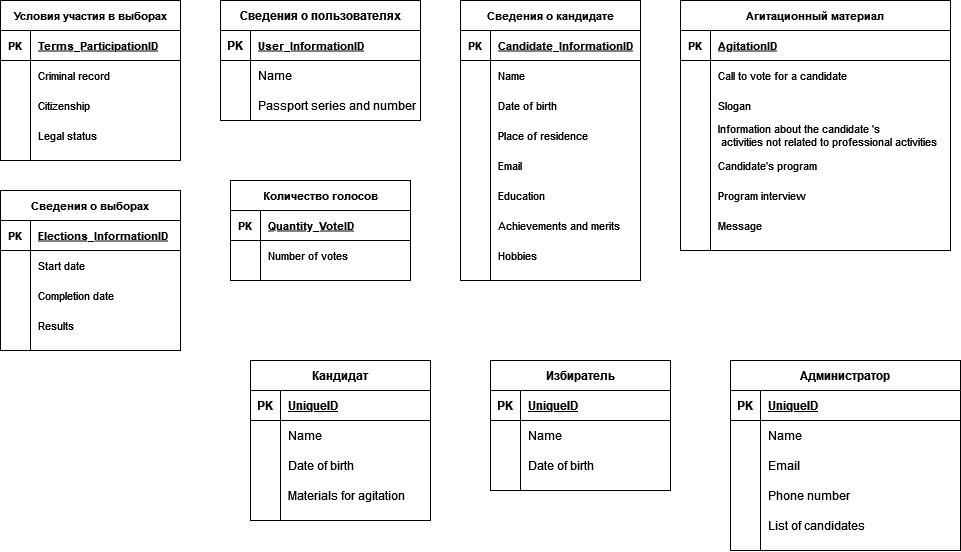
The draw.io diagram Диаграмма.drawio.png in aleksey899/Inter.MixAN, before a commit. Source tidied: cells renumbered, new cells last; positions are measured from the earlier drawing's top-left corner, leaving out a move shared by most shapes.
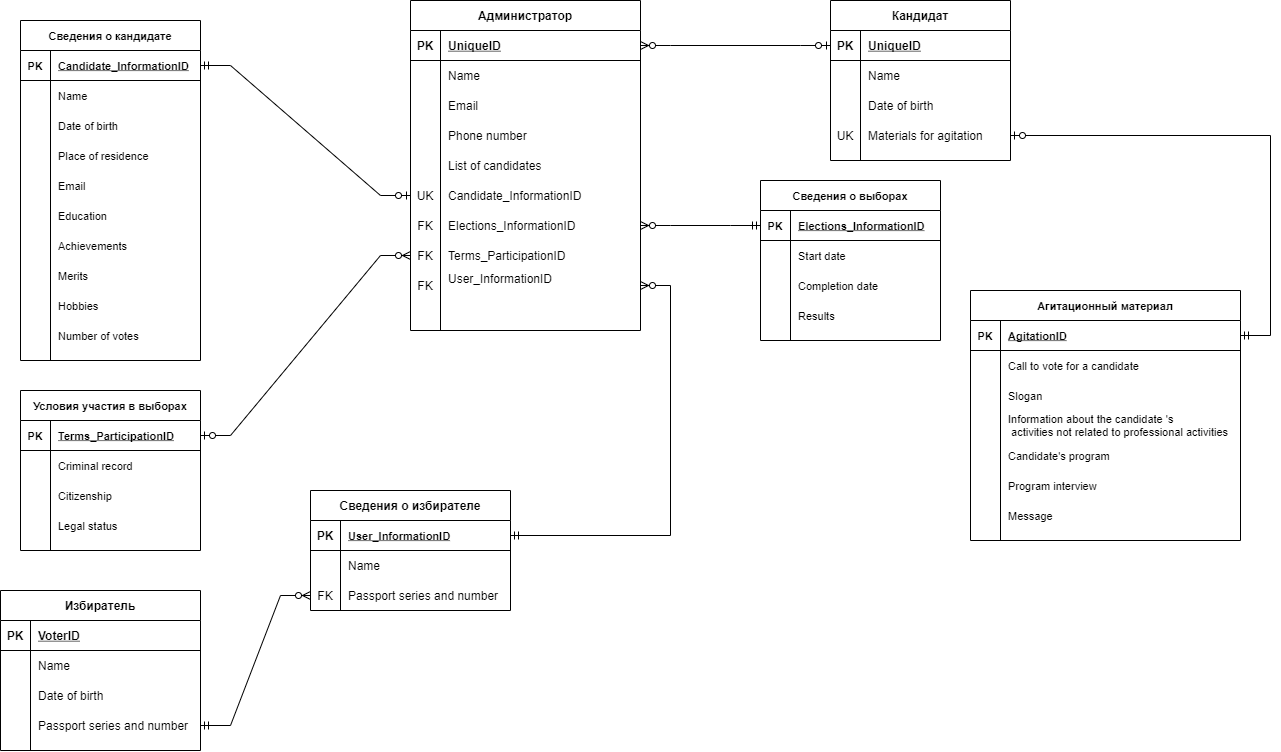
Above is the later version.

What changed in the source:
```diff
@@ -2,8 +2,8 @@
   <root>
     <mxCell id="0" />
     <mxCell id="1" parent="0" />
-    <mxCell id="2" value="Сведения о пользователях" style="shape=table;startSize=30;rowLines=0;fontStyle=1;align=center;" parent="1" vertex="1">
-      <mxGeometry x="220" width="200" height="120" as="geometry" />
+    <mxCell id="2" value="Сведения о избирателе" style="shape=table;startSize=30;rowLines=0;fontStyle=1;align=center;" parent="1" vertex="1">
+      <mxGeometry x="530" y="730" width="200" height="120" as="geometry" />
     </mxCell>
     <mxCell id="3" style="shape=partialRectangle;fillColor=none;top=0;left=0;bottom=1;right=0;points=[[0,0.5],[1,0.5]];portConstraint=eastwest;" parent="2" vertex="1">
       <mxGeometry y="30" width="200" height="30" as="geometry" />
@@ -26,14 +26,14 @@
     <mxCell id="9" style="shape=partialRectangle;fillColor=none;top=0;left=0;bottom=0;right=0;points=[[0,0.5],[1,0.5]];portConstraint=eastwest;" parent="2" vertex="1">
       <mxGeometry y="90" width="200" height="30" as="geometry" />
     </mxCell>
-    <mxCell id="10" style="shape=partialRectangle;fillColor=none;top=0;left=0;bottom=0;right=0;overflow=hidden;" parent="9" vertex="1">
+    <mxCell id="10" value="FK" style="shape=partialRectangle;fillColor=none;top=0;left=0;bottom=0;right=0;overflow=hidden;" parent="9" vertex="1">
       <mxGeometry width="30" height="30" as="geometry" />
     </mxCell>
     <mxCell id="11" value="Passport series and number" style="shape=partialRectangle;fillColor=none;top=0;left=0;bottom=0;right=0;align=left;spacingLeft=6;overflow=hidden;" parent="9" vertex="1">
       <mxGeometry x="30" width="170" height="30" as="geometry" />
     </mxCell>
     <mxCell id="12" value="Сведения о кандидате" style="shape=table;startSize=30;rowLines=0;fontStyle=1;align=center;shadow=0;sketch=0;fontSize=11;strokeWidth=1;" parent="1" vertex="1">
-      <mxGeometry x="460" width="180" height="280" as="geometry" />
+      <mxGeometry x="240" y="260" width="180" height="340" as="geometry" />
     </mxCell>
     <mxCell id="13" style="shape=partialRectangle;fillColor=none;top=0;left=0;bottom=1;right=0;points=[[0,0.5],[1,0.5]];portConstraint=eastwest;shadow=0;sketch=0;fontSize=11;strokeWidth=1;" parent="12" vertex="1">
       <mxGeometry y="30" width="180" height="30" as="geometry" />
@@ -95,11 +95,20 @@
     <mxCell id="32" style="shape=partialRectangle;fillColor=none;top=0;left=0;bottom=0;right=0;overflow=hidden;shadow=0;sketch=0;fontSize=11;strokeWidth=1;" parent="31" vertex="1">
       <mxGeometry width="30" height="30" as="geometry" />
     </mxCell>
-    <mxCell id="33" value="Achievements and merits" style="shape=partialRectangle;fillColor=none;top=0;left=0;bottom=0;right=0;align=left;spacingLeft=6;overflow=hidden;shadow=0;sketch=0;fontSize=11;strokeWidth=1;" parent="31" vertex="1">
+    <mxCell id="33" value="Achievements" style="shape=partialRectangle;fillColor=none;top=0;left=0;bottom=0;right=0;align=left;spacingLeft=6;overflow=hidden;shadow=0;sketch=0;fontSize=11;strokeWidth=1;" parent="31" vertex="1">
       <mxGeometry x="30" width="150" height="30" as="geometry" />
     </mxCell>
+    <mxCell id="131" style="shape=partialRectangle;fillColor=none;top=0;left=0;bottom=0;right=0;shadow=0;sketch=0;fontSize=11;strokeWidth=1;" parent="12" vertex="1">
+      <mxGeometry y="240" width="180" height="30" as="geometry" />
+    </mxCell>
+    <mxCell id="132" style="shape=partialRectangle;fillColor=none;top=0;left=0;bottom=0;right=0;overflow=hidden;shadow=0;sketch=0;fontSize=11;strokeWidth=1;" parent="131" vertex="1">
+      <mxGeometry width="30" height="30" as="geometry" />
+    </mxCell>
+    <mxCell id="133" value="Merits" style="shape=partialRectangle;fillColor=none;top=0;left=0;bottom=0;right=0;align=left;spacingLeft=6;overflow=hidden;shadow=0;sketch=0;fontSize=11;strokeWidth=1;" parent="131" vertex="1">
+      <mxGeometry x="30" width="150" height="30" as="geometry" />
+    </mxCell>
     <mxCell id="34" style="shape=partialRectangle;fillColor=none;top=0;left=0;bottom=0;right=0;shadow=0;sketch=0;fontSize=11;strokeWidth=1;" parent="12" vertex="1">
-      <mxGeometry y="240" width="180" height="30" as="geometry" />
+      <mxGeometry y="270" width="180" height="30" as="geometry" />
     </mxCell>
     <mxCell id="35" style="shape=partialRectangle;fillColor=none;top=0;left=0;bottom=0;right=0;overflow=hidden;shadow=0;sketch=0;fontSize=11;strokeWidth=1;" parent="34" vertex="1">
       <mxGeometry width="30" height="30" as="geometry" />
@@ -107,8 +116,17 @@
     <mxCell id="36" value="Hobbies" style="shape=partialRectangle;fillColor=none;top=0;left=0;bottom=0;right=0;align=left;spacingLeft=6;overflow=hidden;shadow=0;sketch=0;fontSize=11;strokeWidth=1;" parent="34" vertex="1">
       <mxGeometry x="30" width="150" height="30" as="geometry" />
     </mxCell>
+    <mxCell id="134" style="shape=partialRectangle;fillColor=none;top=0;left=0;bottom=0;right=0;shadow=0;sketch=0;fontSize=11;strokeWidth=1;" parent="12" vertex="1">
+      <mxGeometry y="300" width="180" height="30" as="geometry" />
+    </mxCell>
+    <mxCell id="135" style="shape=partialRectangle;fillColor=none;top=0;left=0;bottom=0;right=0;overflow=hidden;shadow=0;sketch=0;fontSize=11;strokeWidth=1;" parent="134" vertex="1">
+      <mxGeometry width="30" height="30" as="geometry" />
+    </mxCell>
+    <mxCell id="56" value="Number of votes" style="shape=partialRectangle;fillColor=none;top=0;left=0;bottom=0;right=0;align=left;spacingLeft=6;overflow=hidden;shadow=0;sketch=0;fontSize=11;strokeWidth=1;" parent="134" vertex="1">
+      <mxGeometry x="30" width="150" height="30" as="geometry" />
+    </mxCell>
     <mxCell id="37" value="Условия участия в выборах" style="shape=table;startSize=30;rowLines=0;fontStyle=1;align=center;shadow=0;sketch=0;fontSize=11;strokeWidth=1;" parent="1" vertex="1">
-      <mxGeometry width="180" height="160" as="geometry" />
+      <mxGeometry x="240" y="630" width="180" height="160" as="geometry" />
     </mxCell>
     <mxCell id="38" style="shape=partialRectangle;fillColor=none;top=0;left=0;bottom=1;right=0;points=[[0,0.5],[1,0.5]];portConstraint=eastwest;shadow=0;sketch=0;fontSize=11;strokeWidth=1;" parent="37" vertex="1">
       <mxGeometry y="30" width="180" height="30" as="geometry" />
@@ -146,29 +164,8 @@
     <mxCell id="49" value="Legal status" style="shape=partialRectangle;fillColor=none;top=0;left=0;bottom=0;right=0;align=left;spacingLeft=6;overflow=hidden;shadow=0;sketch=0;fontSize=11;strokeWidth=1;" parent="47" vertex="1">
       <mxGeometry x="30" width="150" height="30" as="geometry" />
     </mxCell>
-    <mxCell id="50" value="Количество голосов" style="shape=table;startSize=30;rowLines=0;fontStyle=1;align=center;shadow=0;sketch=0;fontSize=11;strokeWidth=1;" parent="1" vertex="1">
-      <mxGeometry x="230" y="180" width="180" height="100" as="geometry" />
-    </mxCell>
-    <mxCell id="51" style="shape=partialRectangle;fillColor=none;top=0;left=0;bottom=1;right=0;shadow=0;sketch=0;fontSize=11;strokeWidth=1;" parent="50" vertex="1">
-      <mxGeometry y="30" width="180" height="30" as="geometry" />
-    </mxCell>
-    <mxCell id="52" value="PK" style="shape=partialRectangle;fillColor=none;top=0;left=0;bottom=0;right=0;fontStyle=1;overflow=hidden;shadow=0;sketch=0;fontSize=11;strokeWidth=1;" parent="51" vertex="1">
-      <mxGeometry width="30" height="30" as="geometry" />
-    </mxCell>
-    <mxCell id="53" value="Quantity_VoteID" style="shape=partialRectangle;fillColor=none;top=0;left=0;bottom=0;right=0;align=left;spacingLeft=6;fontStyle=5;overflow=hidden;shadow=0;sketch=0;fontSize=11;strokeWidth=1;" parent="51" vertex="1">
-      <mxGeometry x="30" width="150" height="30" as="geometry" />
-    </mxCell>
-    <mxCell id="54" style="shape=partialRectangle;fillColor=none;top=0;left=0;bottom=0;right=0;shadow=0;sketch=0;fontSize=11;strokeWidth=1;" parent="50" vertex="1">
-      <mxGeometry y="60" width="180" height="30" as="geometry" />
-    </mxCell>
-    <mxCell id="55" style="shape=partialRectangle;fillColor=none;top=0;left=0;bottom=0;right=0;overflow=hidden;shadow=0;sketch=0;fontSize=11;strokeWidth=1;" parent="54" vertex="1">
-      <mxGeometry width="30" height="30" as="geometry" />
-    </mxCell>
-    <mxCell id="56" value="Number of votes" style="shape=partialRectangle;fillColor=none;top=0;left=0;bottom=0;right=0;align=left;spacingLeft=6;overflow=hidden;shadow=0;sketch=0;fontSize=11;strokeWidth=1;" parent="54" vertex="1">
-      <mxGeometry x="30" width="150" height="30" as="geometry" />
-    </mxCell>
     <mxCell id="57" value="Сведения о выборах" style="shape=table;startSize=30;rowLines=0;fontStyle=1;align=center;shadow=0;sketch=0;fontSize=11;strokeWidth=1;" parent="1" vertex="1">
-      <mxGeometry y="190" width="180" height="160" as="geometry" />
+      <mxGeometry x="980" y="420" width="180" height="160" as="geometry" />
     </mxCell>
     <mxCell id="58" style="shape=partialRectangle;fillColor=none;top=0;left=0;bottom=1;right=0;points=[[0,0.5],[1,0.5]];portConstraint=eastwest;shadow=0;sketch=0;fontSize=11;strokeWidth=1;" parent="57" vertex="1">
       <mxGeometry y="30" width="180" height="30" as="geometry" />
@@ -207,7 +204,7 @@
       <mxGeometry x="30" width="150" height="30" as="geometry" />
     </mxCell>
     <mxCell id="70" value="Агитационный материал" style="shape=table;startSize=30;rowLines=0;fontStyle=1;align=center;shadow=0;sketch=0;fontSize=11;strokeWidth=1;" parent="1" vertex="1">
-      <mxGeometry x="680" width="270" height="250" as="geometry" />
+      <mxGeometry x="1190" y="530" width="270" height="250" as="geometry" />
     </mxCell>
     <mxCell id="71" style="shape=partialRectangle;fillColor=none;top=0;left=0;bottom=1;right=0;points=[[0,0.5],[1,0.5]];portConstraint=eastwest;shadow=0;sketch=0;fontSize=11;strokeWidth=1;" parent="70" vertex="1">
       <mxGeometry y="30" width="270" height="30" as="geometry" />
@@ -273,7 +270,7 @@
       <mxGeometry x="30" width="240" height="30" as="geometry" />
     </mxCell>
     <mxCell id="92" value="Кандидат" style="shape=table;startSize=30;rowLines=0;fontStyle=1;align=center;" parent="1" vertex="1">
-      <mxGeometry x="250" y="360" width="180" height="160" as="geometry" />
+      <mxGeometry x="1050" y="240" width="180" height="160" as="geometry" />
     </mxCell>
     <mxCell id="93" style="shape=partialRectangle;fillColor=none;top=0;left=0;bottom=1;right=0;points=[[0,0.5],[1,0.5]];portConstraint=eastwest;" parent="92" vertex="1">
       <mxGeometry y="30" width="180" height="30" as="geometry" />
@@ -305,44 +302,53 @@
     <mxCell id="102" style="shape=partialRectangle;fillColor=none;top=0;left=0;bottom=0;right=0;points=[[0,0.5],[1,0.5]];portConstraint=eastwest;" parent="92" vertex="1">
       <mxGeometry y="120" width="180" height="30" as="geometry" />
     </mxCell>
-    <mxCell id="103" style="shape=partialRectangle;fillColor=none;top=0;left=0;bottom=0;right=0;overflow=hidden;" parent="102" vertex="1">
+    <mxCell id="103" value="UK" style="shape=partialRectangle;fillColor=none;top=0;left=0;bottom=0;right=0;overflow=hidden;" parent="102" vertex="1">
       <mxGeometry width="30" height="30" as="geometry" />
     </mxCell>
     <mxCell id="104" value="Materials for agitation" style="shape=partialRectangle;fillColor=none;top=0;left=0;bottom=0;right=0;align=left;spacingLeft=6;overflow=hidden;" parent="102" vertex="1">
       <mxGeometry x="30" width="150" height="30" as="geometry" />
     </mxCell>
     <mxCell id="105" value="Избиратель" style="shape=table;startSize=30;rowLines=0;fontStyle=1;align=center;" parent="1" vertex="1">
-      <mxGeometry x="490" y="360" width="180" height="130" as="geometry" />
+      <mxGeometry x="220" y="830" width="200" height="160" as="geometry" />
     </mxCell>
     <mxCell id="106" style="shape=partialRectangle;fillColor=none;top=0;left=0;bottom=1;right=0;" parent="105" vertex="1">
-      <mxGeometry y="30" width="180" height="30" as="geometry" />
+      <mxGeometry y="30" width="200" height="30" as="geometry" />
     </mxCell>
     <mxCell id="107" value="PK" style="shape=partialRectangle;fillColor=none;top=0;left=0;bottom=0;right=0;fontStyle=1;overflow=hidden;" parent="106" vertex="1">
       <mxGeometry width="30" height="30" as="geometry" />
     </mxCell>
-    <mxCell id="108" value="UniqueID" style="shape=partialRectangle;fillColor=none;top=0;left=0;bottom=0;right=0;align=left;spacingLeft=6;fontStyle=5;overflow=hidden;" parent="106" vertex="1">
-      <mxGeometry x="30" width="150" height="30" as="geometry" />
+    <mxCell id="108" value="VoterID" style="shape=partialRectangle;fillColor=none;top=0;left=0;bottom=0;right=0;align=left;spacingLeft=6;fontStyle=5;overflow=hidden;" parent="106" vertex="1">
+      <mxGeometry x="30" width="170" height="30" as="geometry" />
     </mxCell>
     <mxCell id="109" style="shape=partialRectangle;fillColor=none;top=0;left=0;bottom=0;right=0;" parent="105" vertex="1">
-      <mxGeometry y="60" width="180" height="30" as="geometry" />
+      <mxGeometry y="60" width="200" height="30" as="geometry" />
     </mxCell>
     <mxCell id="110" style="shape=partialRectangle;fillColor=none;top=0;left=0;bottom=0;right=0;overflow=hidden;" parent="109" vertex="1">
       <mxGeometry width="30" height="30" as="geometry" />
     </mxCell>
     <mxCell id="111" value="Name" style="shape=partialRectangle;fillColor=none;top=0;left=0;bottom=0;right=0;align=left;spacingLeft=6;overflow=hidden;" parent="109" vertex="1">
-      <mxGeometry x="30" width="150" height="30" as="geometry" />
+      <mxGeometry x="30" width="170" height="30" as="geometry" />
     </mxCell>
     <mxCell id="112" style="shape=partialRectangle;fillColor=none;top=0;left=0;bottom=0;right=0;" parent="105" vertex="1">
-      <mxGeometry y="90" width="180" height="30" as="geometry" />
+      <mxGeometry y="90" width="200" height="30" as="geometry" />
     </mxCell>
     <mxCell id="113" style="shape=partialRectangle;fillColor=none;top=0;left=0;bottom=0;right=0;overflow=hidden;" parent="112" vertex="1">
       <mxGeometry width="30" height="30" as="geometry" />
     </mxCell>
     <mxCell id="114" value="Date of birth" style="shape=partialRectangle;fillColor=none;top=0;left=0;bottom=0;right=0;align=left;spacingLeft=6;overflow=hidden;" parent="112" vertex="1">
-      <mxGeometry x="30" width="150" height="30" as="geometry" />
+      <mxGeometry x="30" width="170" height="30" as="geometry" />
     </mxCell>
+    <mxCell id="136" style="shape=partialRectangle;fillColor=none;top=0;left=0;bottom=0;right=0;points=[[0,0.5],[1,0.5]];portConstraint=eastwest;" parent="105" vertex="1">
+      <mxGeometry y="120" width="200" height="30" as="geometry" />
+    </mxCell>
+    <mxCell id="137" style="shape=partialRectangle;fillColor=none;top=0;left=0;bottom=0;right=0;overflow=hidden;" parent="136" vertex="1">
+      <mxGeometry width="30" height="30" as="geometry" />
+    </mxCell>
+    <mxCell id="138" value="Passport series and number" style="shape=partialRectangle;fillColor=none;top=0;left=0;bottom=0;right=0;align=left;spacingLeft=6;overflow=hidden;" parent="136" vertex="1">
+      <mxGeometry x="30" width="170" height="30" as="geometry" />
+    </mxCell>
     <mxCell id="115" value="Администратор" style="shape=table;startSize=30;rowLines=0;fontStyle=1;align=center;" parent="1" vertex="1">
-      <mxGeometry x="730" y="360" width="230" height="190" as="geometry" />
+      <mxGeometry x="630" y="240" width="230" height="330" as="geometry" />
     </mxCell>
     <mxCell id="116" style="shape=partialRectangle;fillColor=none;top=0;left=0;bottom=1;right=0;points=[[0,0.5],[1,0.5]];portConstraint=eastwest;" parent="115" vertex="1">
       <mxGeometry y="30" width="230" height="30" as="geometry" />
@@ -389,5 +395,65 @@
     <mxCell id="130" value="List of candidates" style="shape=partialRectangle;fillColor=none;top=0;left=0;bottom=0;right=0;align=left;spacingLeft=6;overflow=hidden;" parent="128" vertex="1">
       <mxGeometry x="30" width="200" height="30" as="geometry" />
     </mxCell>
+    <mxCell id="139" style="shape=partialRectangle;fillColor=none;top=0;left=0;bottom=0;right=0;points=[[0,0.5],[1,0.5]];portConstraint=eastwest;" parent="115" vertex="1">
+      <mxGeometry y="180" width="230" height="30" as="geometry" />
+    </mxCell>
+    <mxCell id="140" value="UK" style="shape=partialRectangle;fillColor=none;top=0;left=0;bottom=0;right=0;overflow=hidden;" parent="139" vertex="1">
+      <mxGeometry width="30" height="30" as="geometry" />
+    </mxCell>
+    <mxCell id="141" value="Candidate_InformationID" style="shape=partialRectangle;fillColor=none;top=0;left=0;bottom=0;right=0;align=left;spacingLeft=6;overflow=hidden;" parent="139" vertex="1">
+      <mxGeometry x="30" width="200" height="30" as="geometry" />
+    </mxCell>
+    <mxCell id="142" style="shape=partialRectangle;fillColor=none;top=0;left=0;bottom=0;right=0;points=[[0,0.5],[1,0.5]];portConstraint=eastwest;" parent="115" vertex="1">
+      <mxGeometry y="210" width="230" height="30" as="geometry" />
+    </mxCell>
+    <mxCell id="143" value="FK" style="shape=partialRectangle;fillColor=none;top=0;left=0;bottom=0;right=0;overflow=hidden;" parent="142" vertex="1">
+      <mxGeometry width="30" height="30" as="geometry" />
+    </mxCell>
+    <mxCell id="144" value="Elections_InformationID" style="shape=partialRectangle;fillColor=none;top=0;left=0;bottom=0;right=0;align=left;spacingLeft=6;overflow=hidden;" parent="142" vertex="1">
+      <mxGeometry x="30" width="200" height="30" as="geometry" />
+    </mxCell>
+    <mxCell id="145" style="shape=partialRectangle;fillColor=none;top=0;left=0;bottom=0;right=0;points=[[0,0.5],[1,0.5]];portConstraint=eastwest;" parent="115" vertex="1">
+      <mxGeometry y="240" width="230" height="30" as="geometry" />
+    </mxCell>
+    <mxCell id="146" value="FK" style="shape=partialRectangle;fillColor=none;top=0;left=0;bottom=0;right=0;overflow=hidden;" parent="145" vertex="1">
+      <mxGeometry width="30" height="30" as="geometry" />
+    </mxCell>
+    <mxCell id="147" value="Terms_ParticipationID" style="shape=partialRectangle;fillColor=none;top=0;left=0;bottom=0;right=0;align=left;spacingLeft=6;overflow=hidden;" parent="145" vertex="1">
+      <mxGeometry x="30" width="200" height="30" as="geometry" />
+    </mxCell>
+    <mxCell id="148" style="edgeStyle=orthogonalEdgeStyle;rounded=0;orthogonalLoop=1;jettySize=auto;html=1;exitX=1;exitY=0.5;exitDx=0;exitDy=0;" parent="115" edge="1" source="149" target="149">
+      <mxGeometry relative="1" as="geometry" />
+    </mxCell>
+    <mxCell id="149" style="shape=partialRectangle;fillColor=none;top=0;left=0;bottom=0;right=0;points=[[0,0.5],[1,0.5]];portConstraint=eastwest;" parent="115" vertex="1">
+      <mxGeometry y="270" width="230" height="30" as="geometry" />
+    </mxCell>
+    <mxCell id="150" value="FK" style="shape=partialRectangle;fillColor=none;top=0;left=0;bottom=0;right=0;overflow=hidden;" parent="149" vertex="1">
+      <mxGeometry width="30" height="30" as="geometry" />
+    </mxCell>
+    <mxCell id="151" value="User_InformationID&#10;" style="shape=partialRectangle;fillColor=none;top=0;left=0;bottom=0;right=0;align=left;spacingLeft=6;overflow=hidden;" parent="149" vertex="1">
+      <mxGeometry x="30" width="200" height="30" as="geometry" />
+    </mxCell>
+    <mxCell id="152" style="edgeStyle=entityRelationEdgeStyle;fontSize=12;html=1;endArrow=ERzeroToMany;startArrow=ERmandOne;rounded=0;" parent="1" edge="1" source="136" target="9">
+      <mxGeometry relative="1" as="geometry" />
+    </mxCell>
+    <mxCell id="153" style="edgeStyle=entityRelationEdgeStyle;fontSize=12;html=1;endArrow=ERzeroToOne;startArrow=ERmandOne;rounded=0;" parent="1" edge="1" source="71" target="102">
+      <mxGeometry relative="1" as="geometry" />
+    </mxCell>
+    <mxCell id="154" style="edgeStyle=entityRelationEdgeStyle;fontSize=12;html=1;endArrow=ERzeroToOne;startArrow=ERmandOne;rounded=0;" parent="1" edge="1" source="13" target="139">
+      <mxGeometry relative="1" as="geometry" />
+    </mxCell>
+    <mxCell id="155" style="edgeStyle=entityRelationEdgeStyle;fontSize=12;html=1;endArrow=ERzeroToMany;startArrow=ERzeroToOne;rounded=0;" parent="1" edge="1" source="93" target="116">
+      <mxGeometry relative="1" as="geometry" />
+    </mxCell>
+    <mxCell id="156" style="edgeStyle=entityRelationEdgeStyle;fontSize=12;html=1;endArrow=ERzeroToMany;startArrow=ERmandOne;rounded=0;exitX=0;exitY=0.5;exitDx=0;exitDy=0;entryX=1;entryY=0.5;entryDx=0;entryDy=0;" parent="1" edge="1" source="58" target="142">
+      <mxGeometry relative="1" as="geometry" />
+    </mxCell>
+    <mxCell id="157" style="edgeStyle=entityRelationEdgeStyle;fontSize=12;html=1;endArrow=ERzeroToMany;startArrow=ERzeroToOne;rounded=0;" parent="1" edge="1" source="38" target="145">
+      <mxGeometry relative="1" as="geometry" />
+    </mxCell>
+    <mxCell id="158" style="edgeStyle=entityRelationEdgeStyle;fontSize=12;html=1;endArrow=ERzeroToMany;startArrow=ERmandOne;rounded=0;" parent="1" edge="1" source="3" target="149">
+      <mxGeometry relative="1" as="geometry" />
+    </mxCell>
   </root>
 </mxGraphModel>
```
